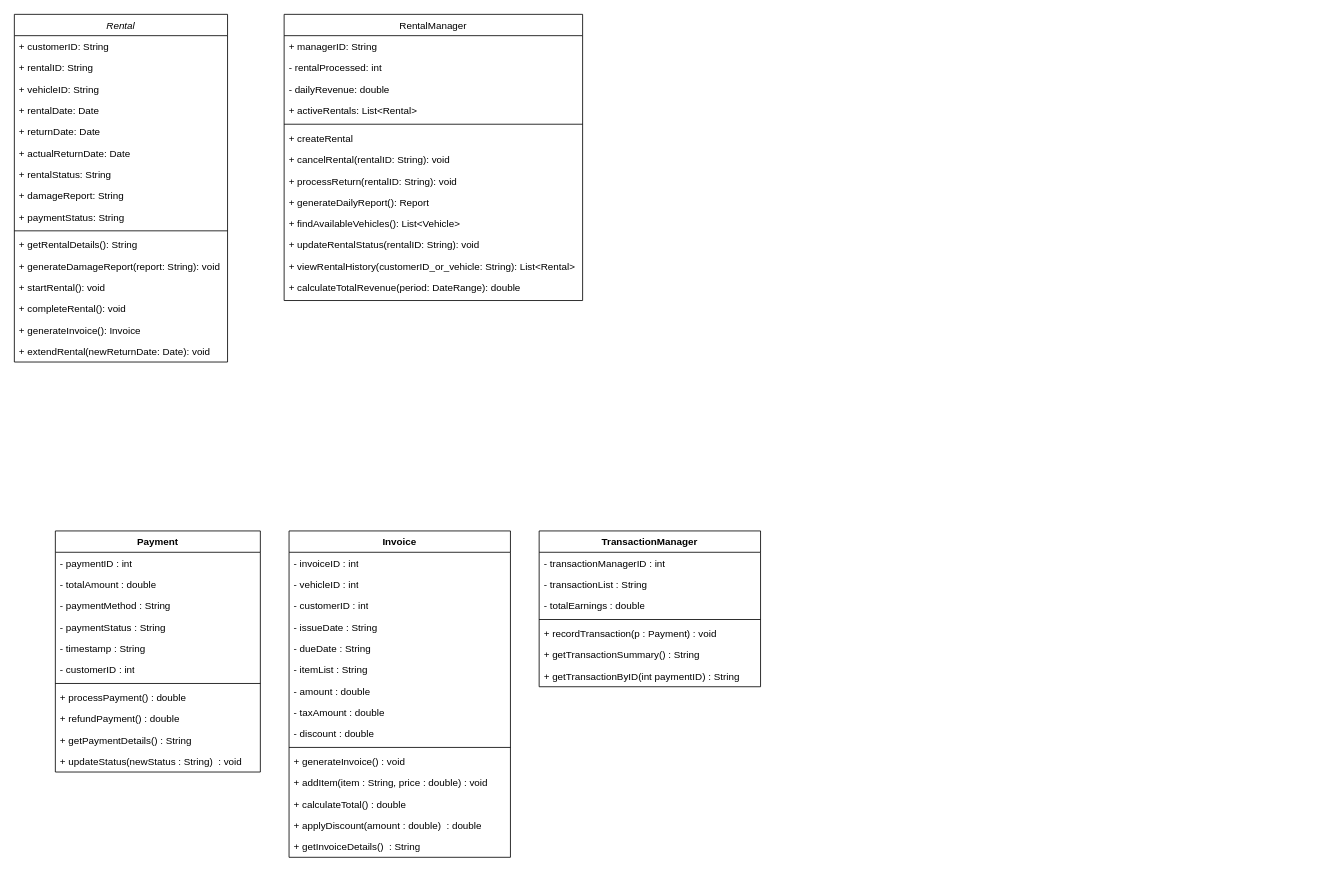
Dellrall/BMCS2023-OOP-group-assignment keeps this draw.io diagram as HillClimmer.drawio. Above is the earlier version. Source tidied: cells renumbered, new cells numbered last; positions are measured from the earlier drawing's top-left corner, leaving out a move shared by most shapes. Both pictures are drawn from the tidied source at 82%, with x=0, y=0 at pixel (14, 14).
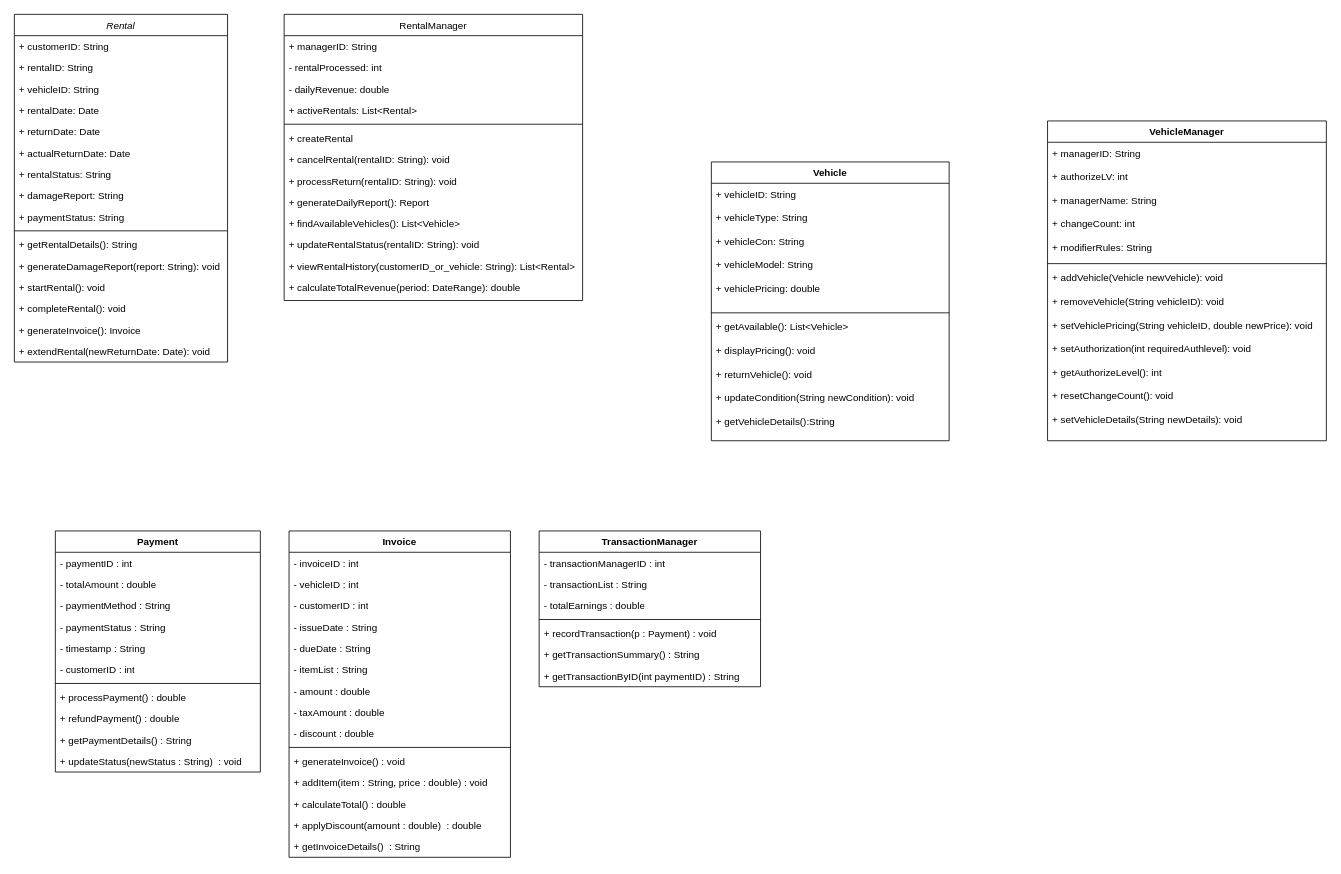
Above is the later version.

Commit message:
Update HillClimmer.drawio with Vehicle module

Change to the diagram source:
```diff
@@
+    <mxCell id="69" value="Vehicle" style="swimlane;fontStyle=1;align=center;verticalAlign=top;horizontal=1;startSize=26;whiteSpace=wrap;html=1;" parent="1" vertex="1">
+      <mxGeometry x="850" y="180" width="290" height="340" as="geometry" />
+    </mxCell>
+    <mxCell id="70" value="+ vehicleID: String&lt;br&gt;&lt;br&gt;&lt;div&gt;+ vehicleType: String&lt;br&gt;&lt;br&gt;+ vehicleCon: String&lt;br&gt;&lt;br&gt;+ vehicleModel: String&lt;br&gt;&lt;br&gt;+ vehiclePricing: double&lt;/div&gt;" style="text;strokeColor=none;fillColor=none;align=left;verticalAlign=top;spacingLeft=4;spacingRight=4;overflow=hidden;whiteSpace=wrap;html=1;" parent="69" vertex="1">
+      <mxGeometry y="26" width="290" height="154" as="geometry" />
+    </mxCell>
+    <mxCell id="71" style="line;strokeWidth=1;fillColor=none;align=left;verticalAlign=middle;spacingTop=-1;spacingLeft=3;spacingRight=3;labelPosition=right;strokeColor=inherit;" parent="69" vertex="1">
+      <mxGeometry y="180" width="290" height="8" as="geometry" />
+    </mxCell>
+    <mxCell id="72" value="+ getAvailable(): List&amp;lt;Vehicle&amp;gt;&lt;br&gt;&lt;br&gt;+ displayPricing(): void&lt;br&gt;&lt;br&gt;+ returnVehicle(): void&lt;br&gt;&lt;br&gt;+ updateCondition(String newCondition): void&lt;br&gt;&lt;br&gt;+ getVehicleDetails():String&lt;br&gt;&lt;br&gt;&lt;div&gt;&lt;br&gt;&lt;/div&gt;" style="text;strokeColor=none;fillColor=none;align=left;verticalAlign=top;spacingLeft=4;spacingRight=4;overflow=hidden;whiteSpace=wrap;html=1;" parent="69" vertex="1">
+      <mxGeometry y="188" width="290" height="152" as="geometry" />
+    </mxCell>
+    <mxCell id="73" value="VehicleManager" style="swimlane;fontStyle=1;align=center;verticalAlign=top;horizontal=1;startSize=26;whiteSpace=wrap;html=1;" parent="1" vertex="1">
+      <mxGeometry x="1260" y="130" width="340" height="390" as="geometry" />
+    </mxCell>
+    <mxCell id="74" value="+ managerID: String&lt;br&gt;&lt;br&gt;+ authorizeLV: int&lt;br&gt;&amp;nbsp;&lt;br&gt;+ managerName: String&lt;br&gt;&lt;br&gt;+ changeCount: int&lt;br&gt;&lt;br&gt;+ modifierRules: String&lt;div&gt;&lt;br/&gt;&lt;/div&gt;" style="text;strokeColor=none;fillColor=none;align=left;verticalAlign=top;spacingLeft=4;spacingRight=4;overflow=hidden;whiteSpace=wrap;html=1;" parent="73" vertex="1">
+      <mxGeometry y="26" width="340" height="144" as="geometry" />
+    </mxCell>
+    <mxCell id="75" style="line;strokeWidth=1;fillColor=none;align=left;verticalAlign=middle;spacingTop=-1;spacingLeft=3;spacingRight=3;labelPosition=right;strokeColor=inherit;" parent="73" vertex="1">
+      <mxGeometry y="170" width="340" height="8" as="geometry" />
+    </mxCell>
+    <mxCell id="76" value="+ addVehicle(Vehicle newVehicle): void&lt;br&gt;&lt;br&gt;+ removeVehicle(String vehicleID): void&lt;br&gt;&lt;br&gt;+ setVehiclePricing(String vehicleID, double newPrice): void&lt;br&gt;&lt;br&gt;+ setAuthorization(int requiredAuthlevel): void&lt;br&gt;&lt;br&gt;+ getAuthorizeLevel(): int&lt;br&gt;&lt;br&gt;+ resetChangeCount(): void&lt;br&gt;&lt;br&gt;+ setVehicleDetails(String newDetails): void" style="text;strokeColor=none;fillColor=none;align=left;verticalAlign=top;spacingLeft=4;spacingRight=4;overflow=hidden;whiteSpace=wrap;html=1;" parent="73" vertex="1">
+      <mxGeometry y="178" width="340" height="212" as="geometry" />
+    </mxCell>
```
